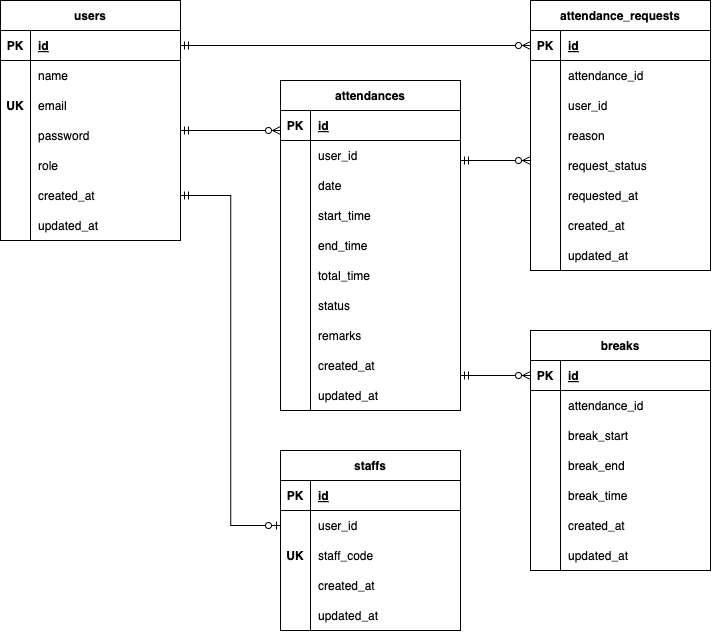
The draw.io diagram .drawio.png in ichiki925/attendance-app, before a commit. Source tidied: cells renumbered, new cells last; positions are measured from the earlier drawing's top-left corner, leaving out a move shared by most shapes.
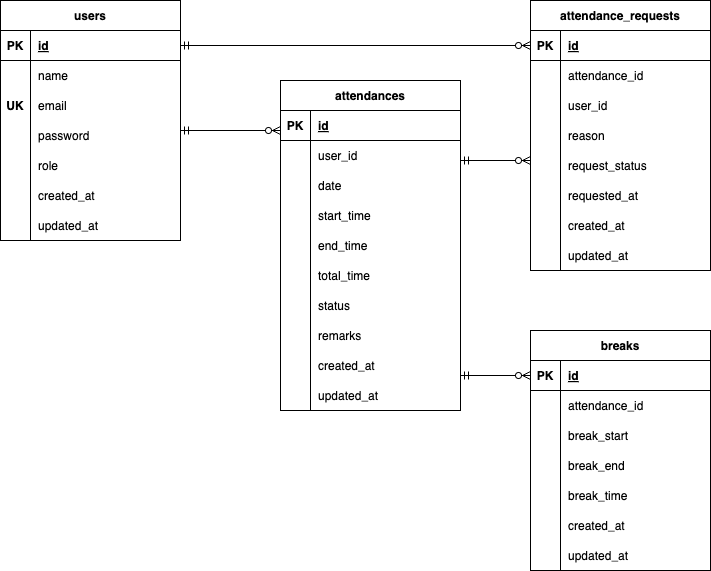
Above is the later version.

What changed in the source:
```diff
@@ -236,54 +236,6 @@
     <mxCell id="79" value="updated_at" style="shape=partialRectangle;fillColor=none;top=0;left=0;bottom=0;right=0;align=left;spacingLeft=6;overflow=hidden;" parent="77" vertex="1">
       <mxGeometry x="30" width="150" height="30" as="geometry" />
     </mxCell>
-    <mxCell id="80" value="staffs" style="shape=table;startSize=30;rowLines=0;fontStyle=1;align=center;" parent="1" vertex="1">
-      <mxGeometry x="280" y="450" width="180" height="180" as="geometry" />
-    </mxCell>
-    <mxCell id="81" style="shape=tableRow;horizontal=0;startSize=0;swimlaneHead=0;swimlaneBody=0;fillColor=none;top=0;left=0;right=0;bottom=1;" parent="80" vertex="1">
-      <mxGeometry y="30" width="180" height="30" as="geometry" />
-    </mxCell>
-    <mxCell id="82" value="PK" style="shape=partialRectangle;fillColor=none;top=0;left=0;bottom=0;right=0;fontStyle=1;overflow=hidden;" parent="81" vertex="1">
-      <mxGeometry width="30" height="30" as="geometry" />
-    </mxCell>
-    <mxCell id="83" value="id" style="shape=partialRectangle;fillColor=none;top=0;left=0;bottom=0;right=0;align=left;spacingLeft=6;fontStyle=5;overflow=hidden;" parent="81" vertex="1">
-      <mxGeometry x="30" width="150" height="30" as="geometry" />
-    </mxCell>
-    <mxCell id="84" style="shape=tableRow;horizontal=0;startSize=0;swimlaneHead=0;swimlaneBody=0;fillColor=none;top=0;left=0;right=0;bottom=0;" parent="80" vertex="1">
-      <mxGeometry y="60" width="180" height="30" as="geometry" />
-    </mxCell>
-    <mxCell id="85" style="shape=partialRectangle;fillColor=none;top=0;left=0;bottom=0;right=0;overflow=hidden;" parent="84" vertex="1">
-      <mxGeometry width="30" height="30" as="geometry" />
-    </mxCell>
-    <mxCell id="86" value="user_id" style="shape=partialRectangle;fillColor=none;top=0;left=0;bottom=0;right=0;align=left;spacingLeft=6;overflow=hidden;" parent="84" vertex="1">
-      <mxGeometry x="30" width="150" height="30" as="geometry" />
-    </mxCell>
-    <mxCell id="87" style="shape=tableRow;horizontal=0;startSize=0;swimlaneHead=0;swimlaneBody=0;fillColor=none;top=0;left=0;right=0;bottom=0;" parent="80" vertex="1">
-      <mxGeometry y="90" width="180" height="30" as="geometry" />
-    </mxCell>
-    <mxCell id="88" value="UK" style="shape=partialRectangle;fillColor=none;top=0;left=0;bottom=0;right=0;overflow=hidden;fontStyle=1;" parent="87" vertex="1">
-      <mxGeometry width="30" height="30" as="geometry" />
-    </mxCell>
-    <mxCell id="89" value="staff_code" style="shape=partialRectangle;fillColor=none;top=0;left=0;bottom=0;right=0;align=left;spacingLeft=6;overflow=hidden;" parent="87" vertex="1">
-      <mxGeometry x="30" width="150" height="30" as="geometry" />
-    </mxCell>
-    <mxCell id="90" style="shape=tableRow;horizontal=0;startSize=0;swimlaneHead=0;swimlaneBody=0;fillColor=none;top=0;left=0;right=0;bottom=0;" parent="80" vertex="1">
-      <mxGeometry y="120" width="180" height="30" as="geometry" />
-    </mxCell>
-    <mxCell id="91" style="shape=partialRectangle;fillColor=none;top=0;left=0;bottom=0;right=0;overflow=hidden;" parent="90" vertex="1">
-      <mxGeometry width="30" height="30" as="geometry" />
-    </mxCell>
-    <mxCell id="92" value="created_at" style="shape=partialRectangle;fillColor=none;top=0;left=0;bottom=0;right=0;align=left;spacingLeft=6;overflow=hidden;" parent="90" vertex="1">
-      <mxGeometry x="30" width="150" height="30" as="geometry" />
-    </mxCell>
-    <mxCell id="93" style="shape=tableRow;horizontal=0;startSize=0;swimlaneHead=0;swimlaneBody=0;fillColor=none;top=0;left=0;right=0;bottom=0;" parent="80" vertex="1">
-      <mxGeometry y="150" width="180" height="30" as="geometry" />
-    </mxCell>
-    <mxCell id="94" style="shape=partialRectangle;fillColor=none;top=0;left=0;bottom=0;right=0;overflow=hidden;" parent="93" vertex="1">
-      <mxGeometry width="30" height="30" as="geometry" />
-    </mxCell>
-    <mxCell id="95" value="updated_at" style="shape=partialRectangle;fillColor=none;top=0;left=0;bottom=0;right=0;align=left;spacingLeft=6;overflow=hidden;" parent="93" vertex="1">
-      <mxGeometry x="30" width="150" height="30" as="geometry" />
-    </mxCell>
     <mxCell id="96" value="breaks" style="shape=table;startSize=30;rowLines=0;fontStyle=1;align=center;" parent="1" vertex="1">
       <mxGeometry x="530" y="330" width="180" height="240" as="geometry" />
     </mxCell>
@@ -350,12 +302,6 @@
     <mxCell id="117" value="updated_at" style="shape=partialRectangle;fillColor=none;top=0;left=0;bottom=0;right=0;align=left;spacingLeft=6;overflow=hidden;" parent="115" vertex="1">
       <mxGeometry x="30" width="150" height="30" as="geometry" />
     </mxCell>
-    <mxCell id="118" style="edgeStyle=elbowEdgeStyle;fontSize=12;html=1;endArrow=ERzeroToOne;startArrow=ERmandOne;rounded=0;" parent="1" edge="1">
-      <mxGeometry relative="1" as="geometry">
-        <mxPoint x="180" y="195" as="sourcePoint" />
-        <mxPoint x="280" y="525" as="targetPoint" />
-      </mxGeometry>
-    </mxCell>
     <mxCell id="119" style="fontSize=12;html=1;endArrow=ERzeroToMany;startArrow=ERmandOne;rounded=0;" parent="1" edge="1">
       <mxGeometry relative="1" as="geometry">
         <mxPoint x="180" y="130" as="sourcePoint" />
```
